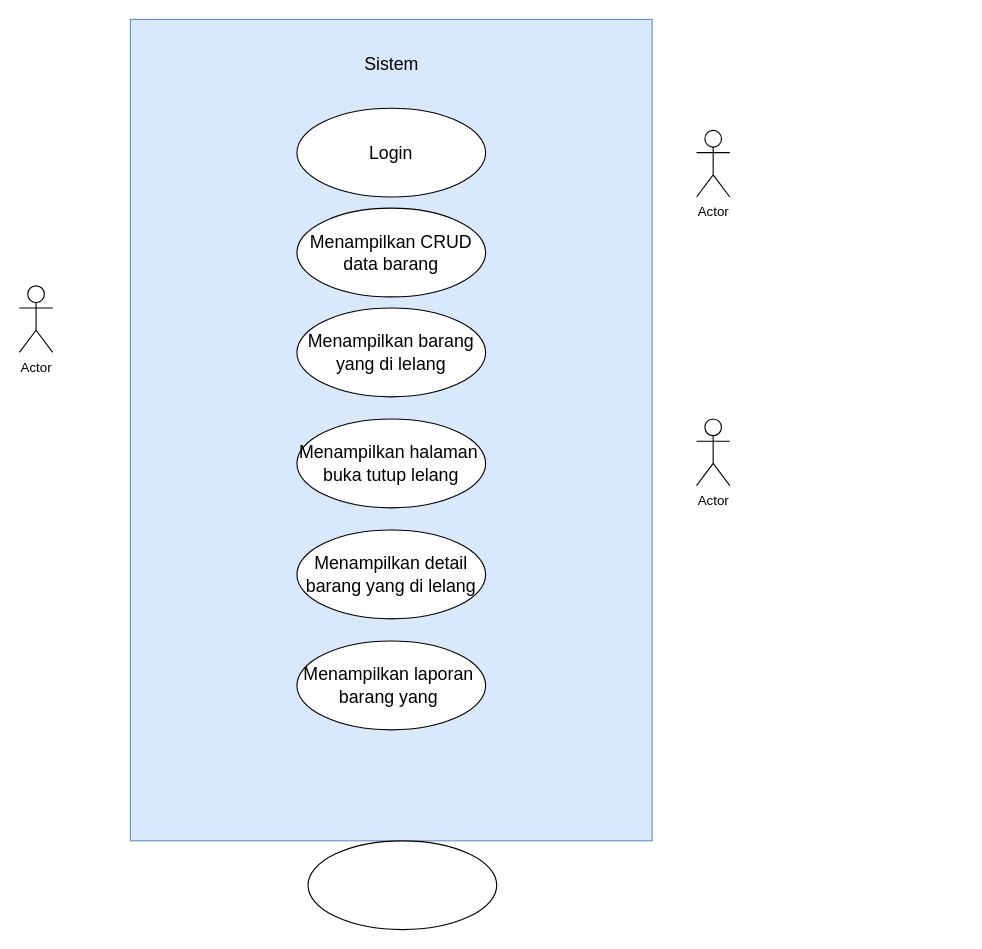
This is diagram/Untitled Diagram.drawio from 1cyr44/UKK-LELANG, a draw.io file, before an edit. Source tidied: cells renumbered, new cells numbered last; positions are measured from the earlier drawing's top-left corner, leaving out a move shared by most shapes. Both pictures are drawn from the tidied source at 111%, with x=0, y=0 at pixel (19, 19).
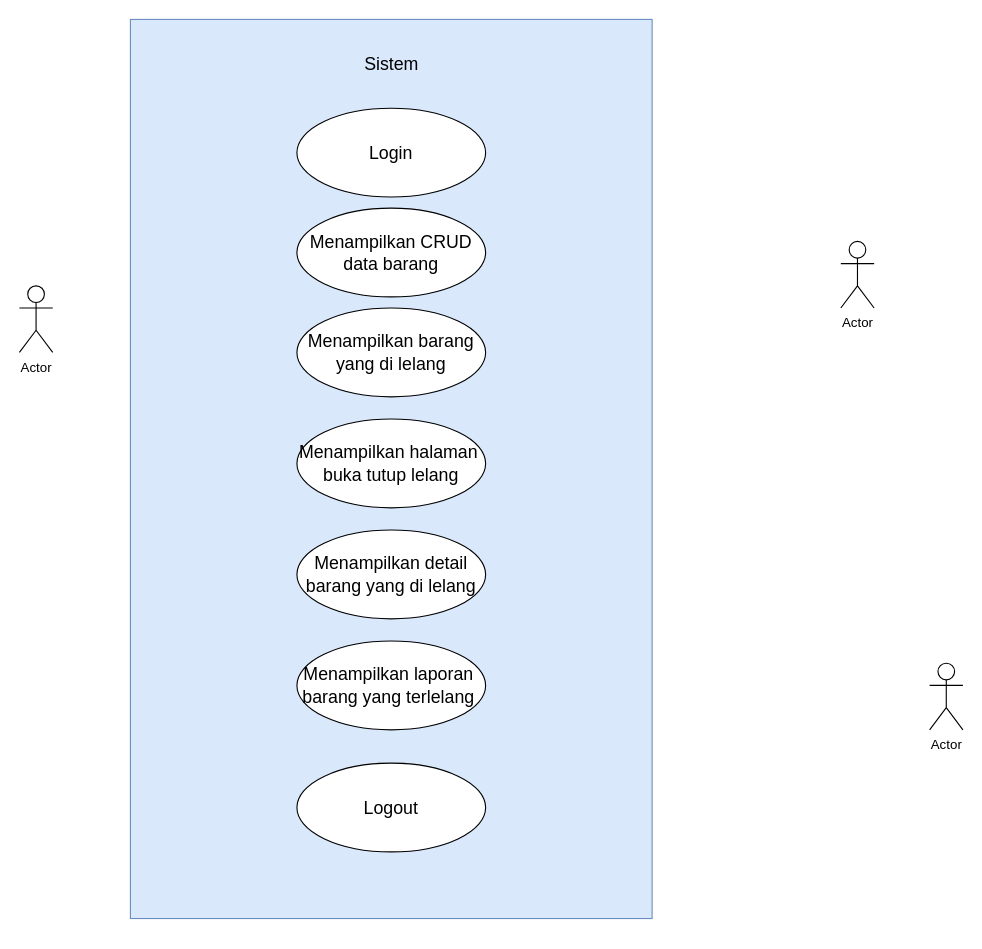
The same diagram, later.

Diff of the diagram source:
```diff
@@
 <mxGraphModel>
   <root>
     <mxCell id="0" />
     <mxCell id="1" parent="0" />
     <mxCell id="2" value="Actor" style="shape=umlActor;verticalLabelPosition=bottom;verticalAlign=top;html=1;" parent="1" vertex="1">
-      <mxGeometry x="610" y="100" width="30" height="60" as="geometry" />
+      <mxGeometry x="740" y="200" width="30" height="60" as="geometry" />
     </mxCell>
     <mxCell id="3" value="Actor" style="shape=umlActor;verticalLabelPosition=bottom;verticalAlign=top;html=1;" parent="1" vertex="1">
       <mxGeometry y="240" width="30" height="60" as="geometry" />
     </mxCell>
     <mxCell id="4" value="Actor" style="shape=umlActor;verticalLabelPosition=bottom;verticalAlign=top;html=1;" parent="1" vertex="1">
-      <mxGeometry x="610" y="360" width="30" height="60" as="geometry" />
+      <mxGeometry x="820" y="580" width="30" height="60" as="geometry" />
     </mxCell>
     <mxCell id="5" style="rounded=0;whiteSpace=wrap;html=1;fillColor=#dae8fc;strokeColor=#6c8ebf;" parent="1" vertex="1">
-      <mxGeometry x="100" width="470" height="740" as="geometry" />
+      <mxGeometry x="100" width="470" height="810" as="geometry" />
     </mxCell>
     <mxCell id="6" value="&lt;font style=&quot;font-size: 16px;&quot;&gt;Sistem&lt;/font&gt;" style="text;html=1;strokeColor=none;fillColor=none;align=center;verticalAlign=middle;whiteSpace=wrap;rounded=0;" parent="1" vertex="1">
       <mxGeometry x="277.5" width="115" height="80" as="geometry" />
     </mxCell>
     <mxCell id="7" value="Login" style="ellipse;whiteSpace=wrap;html=1;fontSize=16;" parent="1" vertex="1">
       <mxGeometry x="250" y="80" width="170" height="80" as="geometry" />
     </mxCell>
     <mxCell id="8" value="Menampilkan halaman&amp;nbsp;&lt;br&gt;buka tutup lelang" style="ellipse;whiteSpace=wrap;html=1;fontSize=16;" parent="1" vertex="1">
       <mxGeometry x="250" y="360" width="170" height="80" as="geometry" />
     </mxCell>
     <mxCell id="9" value="Menampilkan detail barang yang di lelang" style="ellipse;whiteSpace=wrap;html=1;fontSize=16;" parent="1" vertex="1">
       <mxGeometry x="250" y="460" width="170" height="80" as="geometry" />
     </mxCell>
     <mxCell id="10" value="Menampilkan CRUD data barang" style="ellipse;whiteSpace=wrap;html=1;fontSize=16;" parent="1" vertex="1">
       <mxGeometry x="250" y="170" width="170" height="80" as="geometry" />
     </mxCell>
     <mxCell id="11" value="Menampilkan barang yang di lelang" style="ellipse;whiteSpace=wrap;html=1;fontSize=16;" parent="1" vertex="1">
       <mxGeometry x="250" y="260" width="170" height="80" as="geometry" />
     </mxCell>
-    <mxCell id="12" value="Menampilkan laporan&amp;nbsp;&lt;br&gt;barang yang&amp;nbsp;" style="ellipse;whiteSpace=wrap;html=1;fontSize=16;" parent="1" vertex="1">
+    <mxCell id="12" value="Menampilkan laporan&amp;nbsp;&lt;br&gt;barang yang terlelang&amp;nbsp;" style="ellipse;whiteSpace=wrap;html=1;fontSize=16;" parent="1" vertex="1">
       <mxGeometry x="250" y="560" width="170" height="80" as="geometry" />
     </mxCell>
-    <mxCell id="13" style="ellipse;whiteSpace=wrap;html=1;fontSize=16;" parent="1" vertex="1">
-      <mxGeometry x="260" y="740" width="170" height="80" as="geometry" />
+    <mxCell id="13" value="Logout" style="ellipse;whiteSpace=wrap;html=1;fontSize=16;" parent="1" vertex="1">
+      <mxGeometry x="250" y="670" width="170" height="80" as="geometry" />
     </mxCell>
   </root>
 </mxGraphModel>
```
